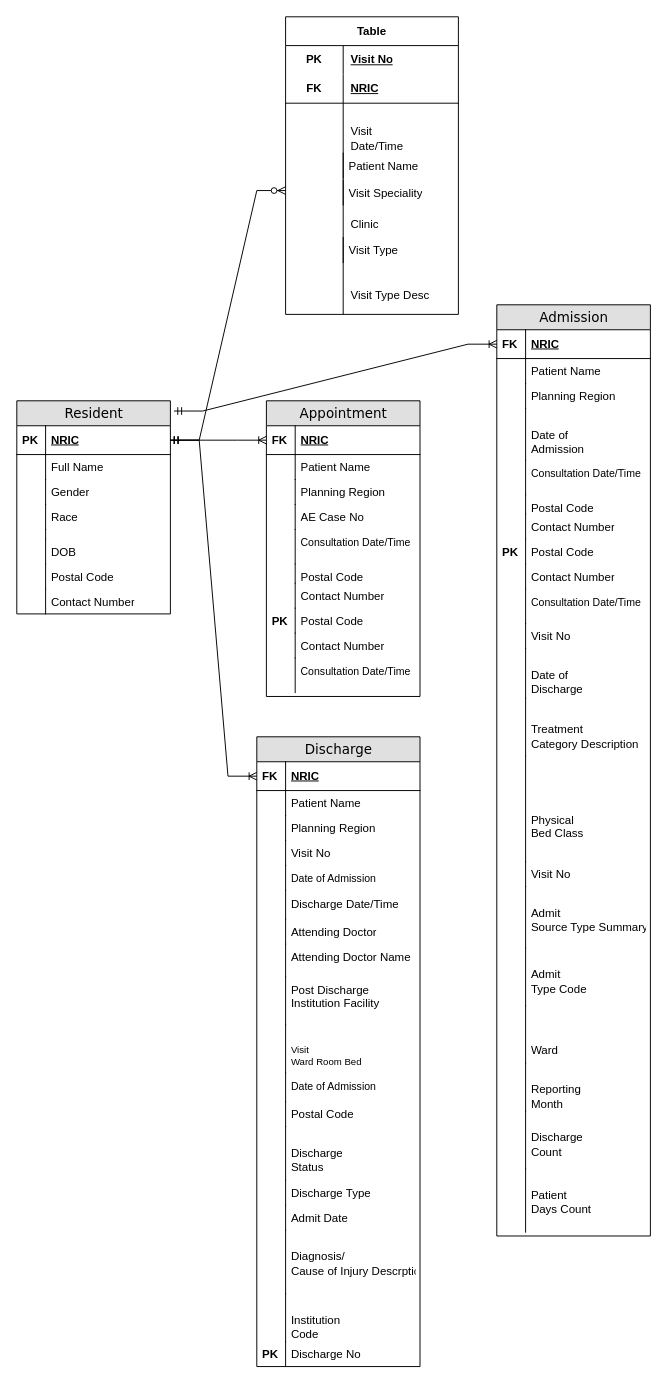
pavanmanideep/Tools keeps this draw.io diagram as Design/eHints Entity Relationship Test.drawio. Above is the earlier version. Source tidied: cells renumbered, new cells numbered last; positions are measured from the earlier drawing's top-left corner, leaving out a move shared by most shapes. Both pictures are drawn from the tidied source at 96%, with x=0, y=0 at pixel (16, 16).
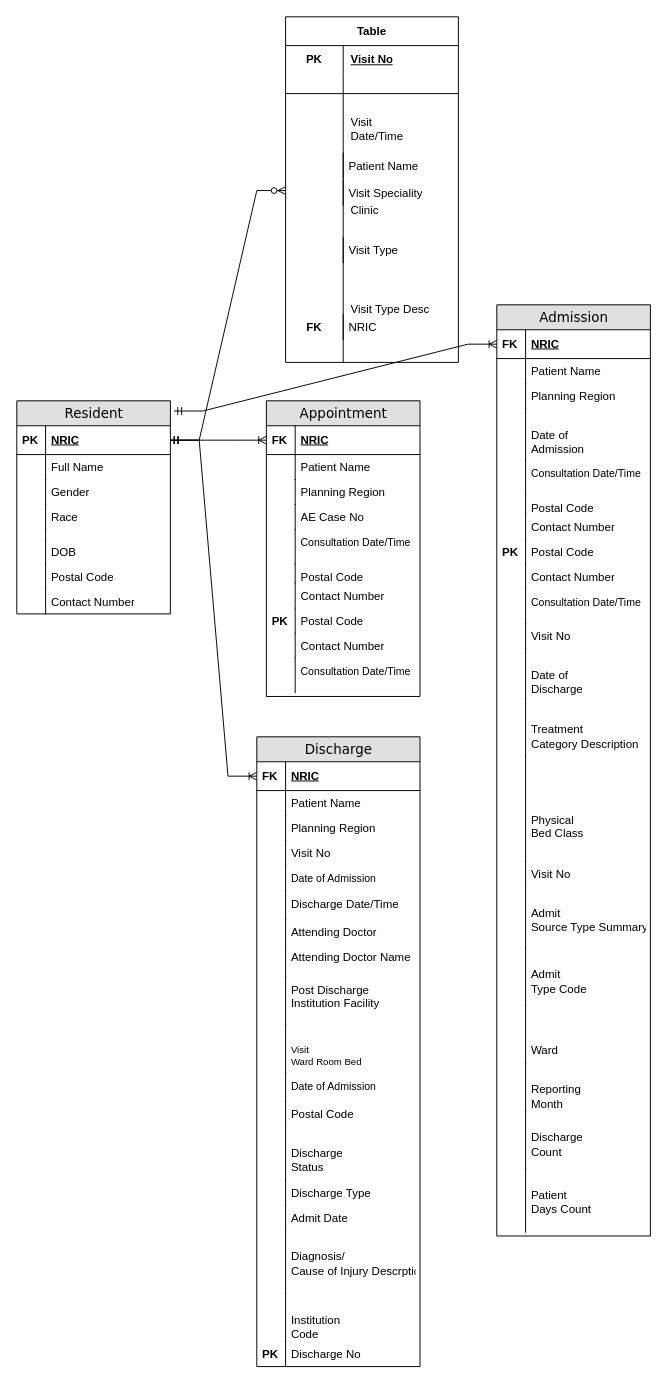
After the change.

Change to the diagram source:
```diff
@@
     <mxCell id="80" value="Table" style="shape=table;startSize=30;childLayout=tableLayout;rowLines=0;fontStyle=1;align=center;html=1;whiteSpace=wrap;" parent="1" vertex="1">
-      <mxGeometry x="280" width="180" height="310" as="geometry" />
+      <mxGeometry x="280" width="180" height="360" as="geometry" />
     </mxCell>
@@
     <mxCell id="84" style="shape=tableRow;horizontal=0;startSize=0;swimlaneHead=0;swimlaneBody=0;fillColor=none;top=0;left=0;right=0;bottom=1;html=1;" parent="80" vertex="1">
-      <mxGeometry y="60" width="180" height="30" as="geometry" />
+      <mxGeometry y="60" width="180" height="20" as="geometry" />
     </mxCell>
-    <mxCell id="85" value="FK" style="shape=partialRectangle;fillColor=none;top=0;left=0;bottom=0;right=0;fontStyle=1;overflow=hidden;html=1;whiteSpace=wrap;" parent="84" vertex="1">
-      <mxGeometry width="60" height="30" as="geometry" />
+    <mxCell id="85" style="shape=partialRectangle;fillColor=none;top=0;left=0;bottom=0;right=0;fontStyle=1;overflow=hidden;html=1;whiteSpace=wrap;" parent="84" vertex="1">
+      <mxGeometry width="60" height="20" as="geometry" />
     </mxCell>
-    <mxCell id="86" value="NRIC" style="shape=partialRectangle;fillColor=none;top=0;left=0;bottom=0;right=0;align=left;spacingLeft=6;fontStyle=5;overflow=hidden;html=1;whiteSpace=wrap;" parent="84" vertex="1">
-      <mxGeometry x="60" width="120" height="30" as="geometry" />
+    <mxCell id="86" style="shape=partialRectangle;fillColor=none;top=0;left=0;bottom=0;right=0;align=left;spacingLeft=6;fontStyle=5;overflow=hidden;html=1;whiteSpace=wrap;" parent="84" vertex="1">
+      <mxGeometry x="60" width="120" height="20" as="geometry" />
     </mxCell>
     <mxCell id="87" style="shape=tableRow;horizontal=0;startSize=0;swimlaneHead=0;swimlaneBody=0;fillColor=none;top=0;left=0;right=0;bottom=0;html=1;" parent="80" vertex="1">
-      <mxGeometry y="90" width="180" height="60" as="geometry" />
+      <mxGeometry y="80" width="180" height="60" as="geometry" />
     </mxCell>
@@
     <mxCell id="90" style="shape=tableRow;horizontal=0;startSize=0;swimlaneHead=0;swimlaneBody=0;fillColor=none;top=0;left=0;right=0;bottom=0;html=1;" parent="80" vertex="1">
-      <mxGeometry y="150" width="180" height="100" as="geometry" />
+      <mxGeometry y="140" width="180" height="90" as="geometry" />
     </mxCell>
     <mxCell id="91" style="shape=partialRectangle;fillColor=none;top=0;left=0;bottom=0;right=0;overflow=hidden;html=1;whiteSpace=wrap;" parent="90" vertex="1">
-      <mxGeometry width="60" height="100" as="geometry" />
+      <mxGeometry width="60" height="90" as="geometry" />
     </mxCell>
     <mxCell id="92" value="&lt;table style=&quot;border-collapse:&lt;br/&gt; collapse;width:179pt&quot; width=&quot;238&quot; cellspacing=&quot;0&quot; cellpadding=&quot;0&quot; border=&quot;0&quot;&gt;&lt;tbody&gt;&lt;tr style=&quot;height:14.5pt&quot; height=&quot;19&quot;&gt;&lt;td style=&quot;height:14.5pt;width:179pt&quot; width=&quot;238&quot; class=&quot;xl65&quot; height=&quot;19&quot;&gt;&lt;/td&gt;&lt;/tr&gt;&lt;/tbody&gt;&lt;/table&gt;&lt;table style=&quot;border-collapse:&lt;br/&gt; collapse;width:179pt&quot; width=&quot;238&quot; cellspacing=&quot;0&quot; cellpadding=&quot;0&quot; border=&quot;0&quot;&gt;&lt;tbody&gt;&lt;tr style=&quot;height:14.5pt&quot; height=&quot;19&quot;&gt;&lt;br/&gt;  &lt;td style=&quot;height:14.5pt;width:179pt&quot; width=&quot;238&quot; class=&quot;xl65&quot; height=&quot;19&quot;&gt;Clinic&lt;/td&gt;&lt;/tr&gt;&lt;/tbody&gt;&lt;/table&gt;" style="shape=partialRectangle;fillColor=none;top=0;left=0;bottom=0;right=0;align=left;spacingLeft=6;overflow=hidden;html=1;whiteSpace=wrap;" parent="90" vertex="1">
-      <mxGeometry x="60" width="120" height="100" as="geometry" />
+      <mxGeometry x="60" width="120" height="90" as="geometry" />
     </mxCell>
     <mxCell id="93" style="shape=tableRow;horizontal=0;startSize=0;swimlaneHead=0;swimlaneBody=0;fillColor=none;top=0;left=0;right=0;bottom=0;html=1;" parent="80" vertex="1">
-      <mxGeometry y="250" width="180" height="60" as="geometry" />
+      <mxGeometry y="230" width="180" height="130" as="geometry" />
     </mxCell>
-    <mxCell id="94" style="shape=partialRectangle;fillColor=none;top=0;left=0;bottom=0;right=0;overflow=hidden;html=1;whiteSpace=wrap;" parent="93" vertex="1">
-      <mxGeometry width="60" height="60" as="geometry" />
+    <mxCell id="94" value="&lt;b&gt;&lt;br&gt;&lt;br&gt;&lt;br&gt;&lt;br&gt;FK&lt;/b&gt;" style="shape=partialRectangle;fillColor=none;top=0;left=0;bottom=0;right=0;overflow=hidden;html=1;whiteSpace=wrap;" parent="93" vertex="1">
+      <mxGeometry width="60" height="130" as="geometry" />
     </mxCell>
     <mxCell id="95" value="&lt;table style=&quot;border-collapse:&lt;br/&gt; collapse;width:179pt&quot; width=&quot;238&quot; cellspacing=&quot;0&quot; cellpadding=&quot;0&quot; border=&quot;0&quot;&gt;&lt;tbody&gt;&lt;tr style=&quot;height:14.5pt&quot; height=&quot;19&quot;&gt;&lt;td style=&quot;height:14.5pt;width:179pt&quot; width=&quot;238&quot; class=&quot;xl65&quot; height=&quot;19&quot;&gt;&lt;/td&gt;&lt;/tr&gt;&lt;/tbody&gt;&lt;/table&gt;Visit Type Desc" style="shape=partialRectangle;fillColor=none;top=0;left=0;bottom=0;right=0;align=left;spacingLeft=6;overflow=hidden;html=1;whiteSpace=wrap;" parent="93" vertex="1">
-      <mxGeometry x="60" width="120" height="60" as="geometry" />
+      <mxGeometry x="60" width="120" height="130" as="geometry" />
     </mxCell>
@@
+    <mxCell id="146" value="NRIC" style="shape=partialRectangle;top=0;left=0;right=0;bottom=0;html=1;align=left;verticalAlign=top;fillColor=none;spacingLeft=34;spacingRight=4;whiteSpace=wrap;overflow=hidden;" parent="1" vertex="1">
+      <mxGeometry x="310" y="310" width="160" height="26" as="geometry" />
+    </mxCell>
+    <mxCell id="147" style="shape=partialRectangle;top=0;left=0;bottom=0;html=1;fillColor=none;align=left;verticalAlign=top;spacingLeft=4;spacingRight=4;whiteSpace=wrap;overflow=hidden;" parent="146" vertex="1">
+      <mxGeometry width="30" height="26" as="geometry" />
+    </mxCell>
```
